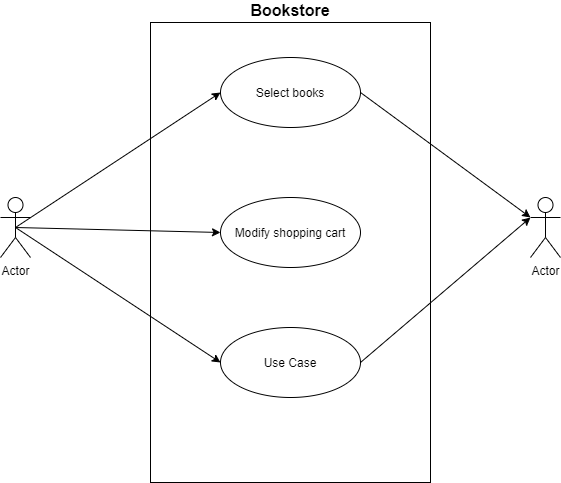
Chuckboliver/Software-Architecture-and-Design keeps this draw.io diagram as diagram/BookstoreUsecase.png. Above is the earlier version. Source tidied: cells renumbered, new cells last; positions are measured from the earlier drawing's top-left corner, leaving out a move shared by most shapes.
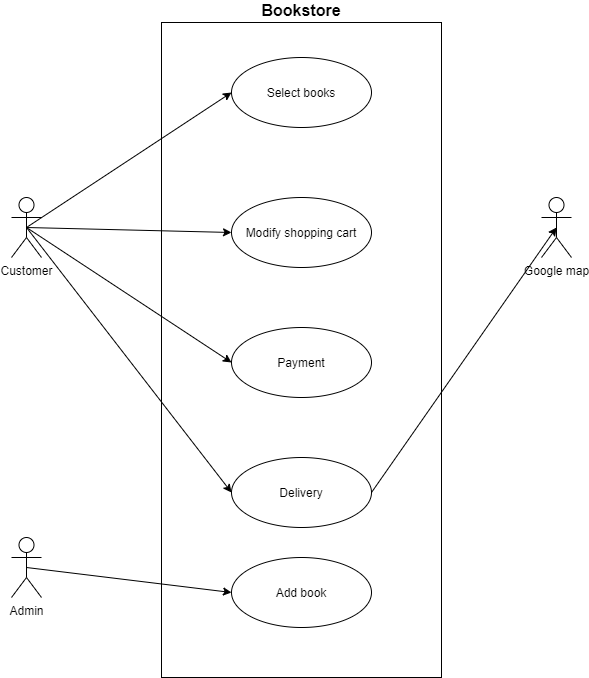
The same file after the commit.

What changed in the source:
```diff
@@ -3,7 +3,7 @@
     <mxCell id="0" />
     <mxCell id="1" parent="0" />
     <mxCell id="2" value="&lt;b&gt;&lt;font style=&quot;font-size: 16px&quot;&gt;Bookstore&lt;/font&gt;&lt;/b&gt;" style="rounded=0;whiteSpace=wrap;html=1;labelPosition=center;verticalLabelPosition=top;align=center;verticalAlign=bottom;" parent="1" vertex="1">
-      <mxGeometry x="150" width="280" height="460" as="geometry" />
+      <mxGeometry x="150" width="280" height="655" as="geometry" />
     </mxCell>
     <mxCell id="3" style="rounded=0;jettySize=auto;html=1;exitX=0.5;exitY=0.5;exitDx=0;exitDy=0;exitPerimeter=0;entryX=0;entryY=0.5;entryDx=0;entryDy=0;" parent="1" edge="1" source="6" target="8">
       <mxGeometry relative="1" as="geometry" />
@@ -14,26 +14,38 @@
     <mxCell id="5" style="edgeStyle=none;rounded=0;jettySize=auto;html=1;exitX=0.5;exitY=0.5;exitDx=0;exitDy=0;exitPerimeter=0;entryX=0;entryY=0.5;entryDx=0;entryDy=0;" parent="1" edge="1" source="6" target="11">
       <mxGeometry relative="1" as="geometry" />
     </mxCell>
+    <mxCell id="13" style="rounded=0;jettySize=auto;html=1;exitX=0.5;exitY=0.5;exitDx=0;exitDy=0;exitPerimeter=0;entryX=0;entryY=0.5;entryDx=0;entryDy=0;" parent="1" edge="1" source="6" target="15">
+      <mxGeometry relative="1" as="geometry" />
+    </mxCell>
-    <mxCell id="6" value="Actor" style="shape=umlActor;verticalLabelPosition=bottom;verticalAlign=top;html=1;" parent="1" vertex="1">
+    <mxCell id="6" value="Customer" style="shape=umlActor;verticalLabelPosition=bottom;verticalAlign=top;html=1;" parent="1" vertex="1">
       <mxGeometry y="175" width="30" height="60" as="geometry" />
     </mxCell>
-    <mxCell id="7" style="edgeStyle=none;rounded=0;jettySize=auto;html=1;exitX=1;exitY=0.5;exitDx=0;exitDy=0;entryX=0;entryY=0.3333333333333333;entryDx=0;entryDy=0;entryPerimeter=0;" parent="1" edge="1" source="8" target="12">
-      <mxGeometry relative="1" as="geometry" />
-    </mxCell>
     <mxCell id="8" value="Select books" style="ellipse;whiteSpace=wrap;html=1;" parent="1" vertex="1">
       <mxGeometry x="220" y="35" width="140" height="70" as="geometry" />
     </mxCell>
     <mxCell id="9" value="Modify shopping cart" style="ellipse;whiteSpace=wrap;html=1;" parent="1" vertex="1">
       <mxGeometry x="220" y="175" width="140" height="70" as="geometry" />
     </mxCell>
-    <mxCell id="10" style="edgeStyle=none;rounded=0;jettySize=auto;html=1;exitX=1;exitY=0.5;exitDx=0;exitDy=0;entryX=0;entryY=0.3333333333333333;entryDx=0;entryDy=0;entryPerimeter=0;" parent="1" edge="1" source="11" target="12">
-      <mxGeometry relative="1" as="geometry" />
-    </mxCell>
-    <mxCell id="11" value="Use Case" style="ellipse;whiteSpace=wrap;html=1;" parent="1" vertex="1">
+    <mxCell id="11" value="Payment" style="ellipse;whiteSpace=wrap;html=1;" parent="1" vertex="1">
       <mxGeometry x="220" y="305" width="140" height="70" as="geometry" />
     </mxCell>
-    <mxCell id="12" value="Actor" style="shape=umlActor;verticalLabelPosition=bottom;verticalAlign=top;html=1;" parent="1" vertex="1">
+    <mxCell id="12" value="Google map" style="shape=umlActor;verticalLabelPosition=bottom;verticalAlign=top;html=1;" parent="1" vertex="1">
       <mxGeometry x="530" y="175" width="30" height="60" as="geometry" />
     </mxCell>
+    <mxCell id="14" style="edgeStyle=none;rounded=0;jettySize=auto;html=1;exitX=1;exitY=0.5;exitDx=0;exitDy=0;entryX=0.5;entryY=0.5;entryDx=0;entryDy=0;entryPerimeter=0;" parent="1" edge="1" source="15" target="12">
+      <mxGeometry relative="1" as="geometry" />
+    </mxCell>
+    <mxCell id="15" value="Delivery" style="ellipse;whiteSpace=wrap;html=1;" parent="1" vertex="1">
+      <mxGeometry x="220" y="435" width="140" height="70" as="geometry" />
+    </mxCell>
+    <mxCell id="16" style="edgeStyle=none;rounded=0;jettySize=auto;html=1;exitX=0.5;exitY=0.5;exitDx=0;exitDy=0;exitPerimeter=0;entryX=0;entryY=0.5;entryDx=0;entryDy=0;" parent="1" edge="1" source="17" target="18">
+      <mxGeometry relative="1" as="geometry" />
+    </mxCell>
+    <mxCell id="17" value="Admin" style="shape=umlActor;verticalLabelPosition=bottom;verticalAlign=top;html=1;" parent="1" vertex="1">
+      <mxGeometry y="515" width="30" height="60" as="geometry" />
+    </mxCell>
+    <mxCell id="18" value="Add book" style="ellipse;whiteSpace=wrap;html=1;" parent="1" vertex="1">
+      <mxGeometry x="220" y="535" width="140" height="70" as="geometry" />
+    </mxCell>
   </root>
 </mxGraphModel>
```
